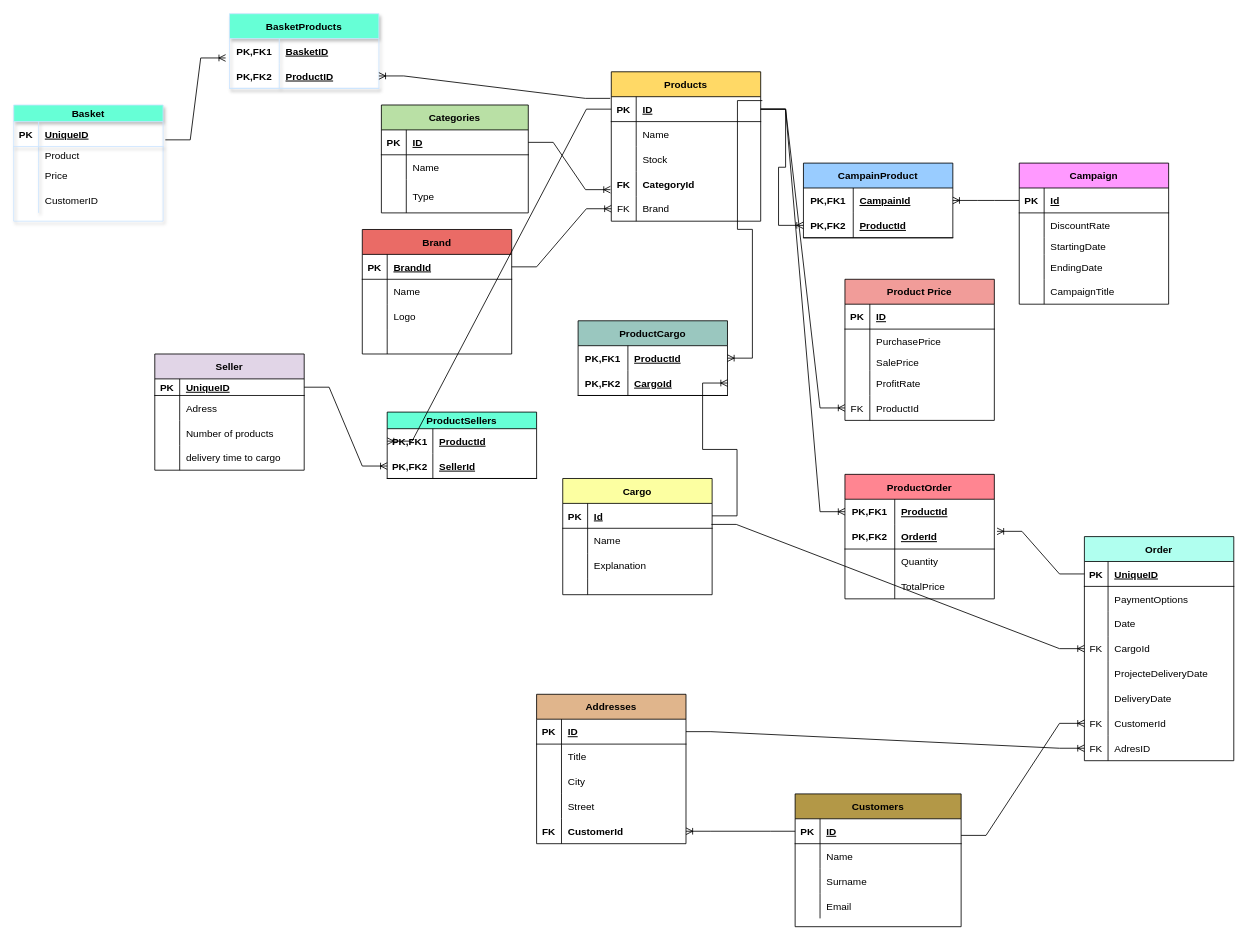
Above: page "Sayfa -1" (1 of 4) of Başlıksız Diyagram.drawio in GulbaharErgelen/veri-modelleme (draw.io), before the change. Source tidied: cells renumbered, new cells numbered last; positions are measured from the earlier drawing's top-left corner, leaving out a move shared by most shapes. Both pictures are drawn from the tidied source at 83%, with x=0, y=0 at pixel (13, 13).
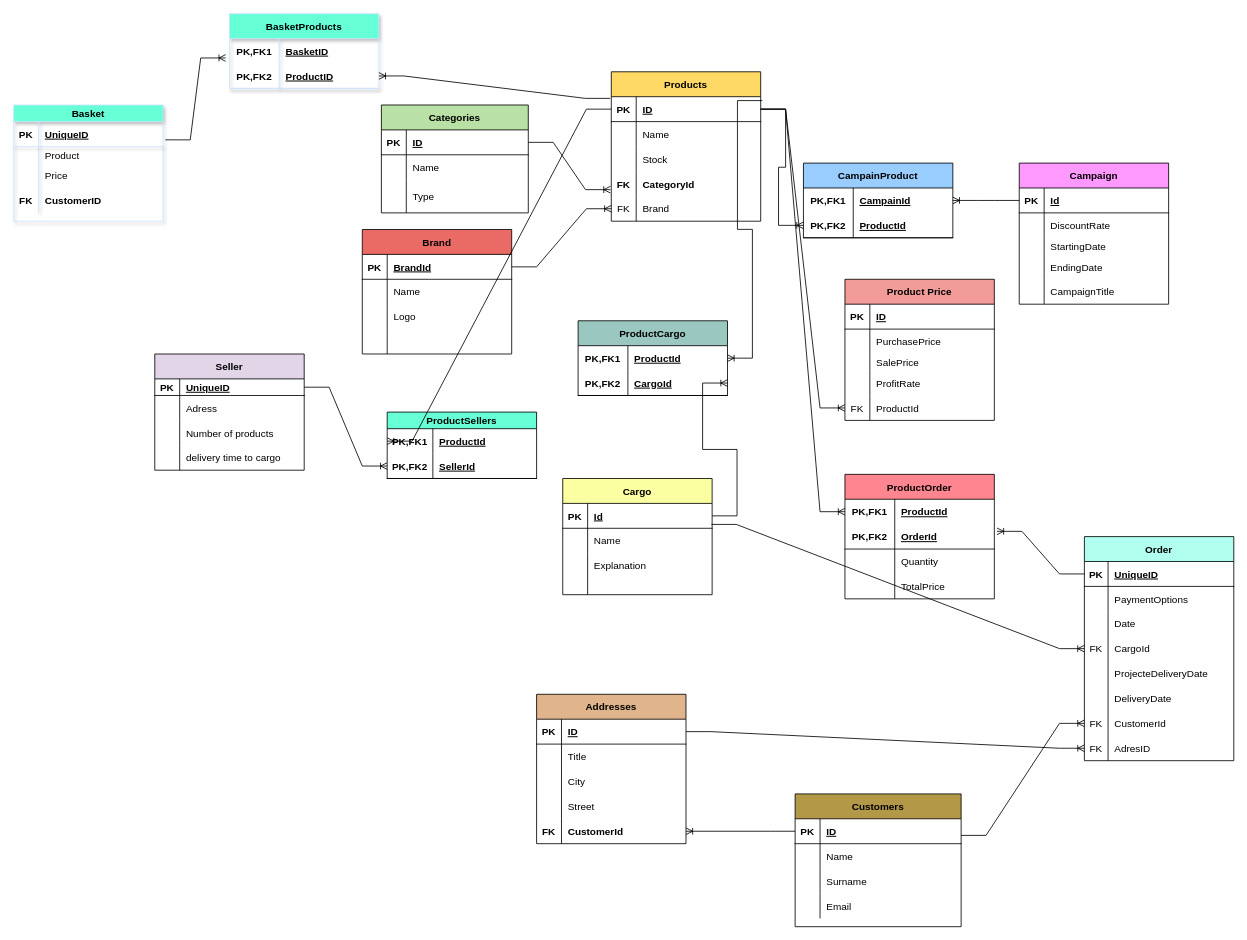
After the change.

The change refers to these unchanged cells:
```xml
<mxCell id="212" style="shape=tableRow;horizontal=0;startSize=0;swimlaneHead=0;swimlaneBody=0;fillColor=none;top=0;left=0;right=0;bottom=0;shadow=1;strokeColor=#CCE5FF;" parent="202" vertex="1">
  <mxGeometry y="100" width="180" height="30" as="geometry" />
</mxCell>
```

The edit, as a diff of the source:
```diff
@@
-    <mxCell id="213" style="shape=partialRectangle;fillColor=none;top=0;left=0;bottom=0;right=0;overflow=hidden;shadow=1;strokeColor=#CCE5FF;" parent="212" vertex="1">
+    <mxCell id="213" value="FK" style="shape=partialRectangle;fillColor=none;top=0;left=0;bottom=0;right=0;overflow=hidden;shadow=1;strokeColor=#CCE5FF;fontStyle=1;" parent="212" vertex="1">
       <mxGeometry width="30" height="30" as="geometry" />
     </mxCell>
-    <mxCell id="214" value="CustomerID" style="shape=partialRectangle;fillColor=none;top=0;left=0;bottom=0;right=0;align=left;spacingLeft=6;overflow=hidden;shadow=1;strokeColor=#CCE5FF;" parent="212" vertex="1">
+    <mxCell id="214" value="CustomerID" style="shape=partialRectangle;fillColor=none;top=0;left=0;bottom=0;right=0;align=left;spacingLeft=6;overflow=hidden;shadow=1;strokeColor=#CCE5FF;fontStyle=1;" parent="212" vertex="1">
       <mxGeometry x="30" width="150" height="30" as="geometry" />
     </mxCell>
```
